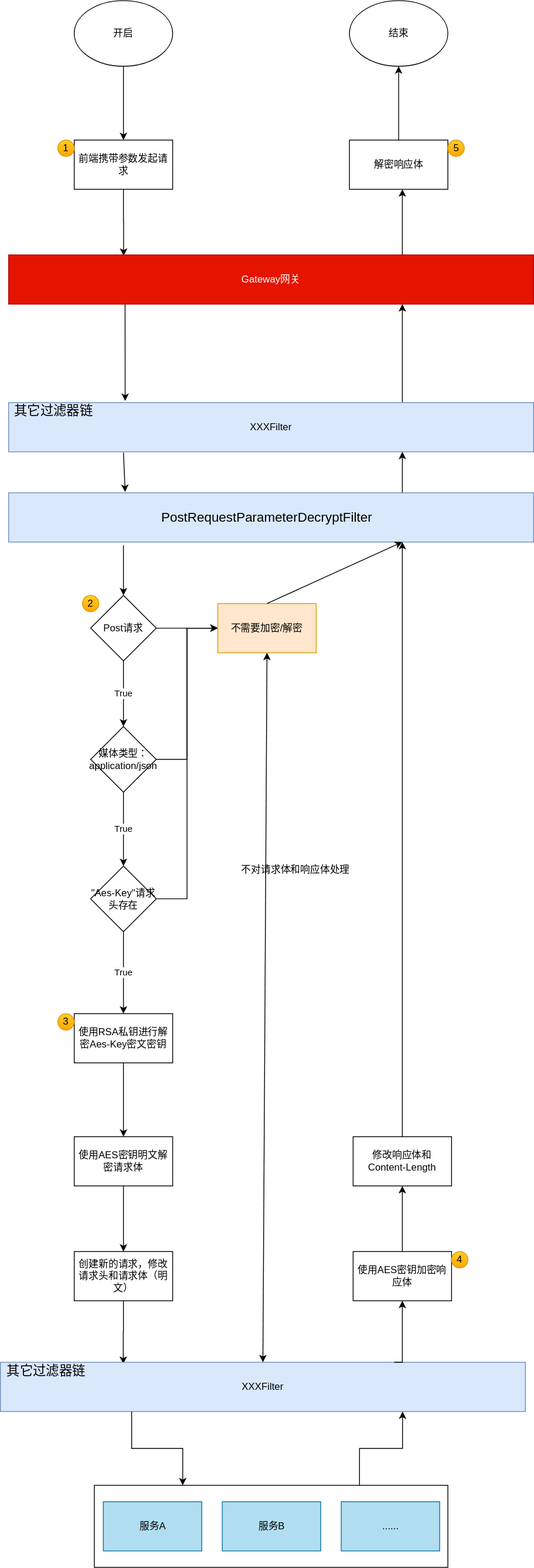
Above: goudong-gateway-server/README.assets/网关自动解密加密.svg in GitHubFeiLong/goudong-java (draw.io), before the change. Source tidied: cells renumbered, new cells last; positions are measured from the earlier drawing's top-left corner, leaving out a move shared by most shapes. Source of this version:
```xml
<mxGraphModel background="#ffffff">
  <root>
    <mxCell id="0" />
    <mxCell id="1" parent="0" />
    <mxCell id="2" style="edgeStyle=orthogonalEdgeStyle;rounded=0;jettySize=auto;html=1;exitX=0.75;exitY=0;exitDx=0;exitDy=0;entryX=0.75;entryY=1;entryDx=0;entryDy=0;fontSize=16;fontColor=#7EA6E0;" parent="1" edge="1" source="3" target="29">
      <mxGeometry relative="1" as="geometry" />
    </mxCell>
    <mxCell id="3" style="rounded=0;whiteSpace=wrap;html=1;fillColor=#dae8fc;strokeColor=#6c8ebf;" parent="1" vertex="1">
      <mxGeometry x="10" y="600" width="640" height="60" as="geometry" />
    </mxCell>
    <mxCell id="4" style="edgeStyle=orthogonalEdgeStyle;rounded=0;jettySize=auto;html=1;" parent="1" edge="1" source="5" target="7">
      <mxGeometry relative="1" as="geometry" />
    </mxCell>
    <mxCell id="5" value="开启" style="ellipse;whiteSpace=wrap;html=1;" parent="1" vertex="1">
      <mxGeometry x="90" width="120" height="80" as="geometry" />
    </mxCell>
    <mxCell id="6" style="edgeStyle=orthogonalEdgeStyle;rounded=0;jettySize=auto;html=1;entryX=0.219;entryY=0.017;entryDx=0;entryDy=0;entryPerimeter=0;" parent="1" edge="1" source="7" target="10">
      <mxGeometry relative="1" as="geometry" />
    </mxCell>
    <mxCell id="7" value="前端携带参数发起请求" style="whiteSpace=wrap;html=1;" parent="1" vertex="1">
      <mxGeometry x="90" y="170" width="120" height="60" as="geometry" />
    </mxCell>
    <mxCell id="8" style="edgeStyle=orthogonalEdgeStyle;rounded=0;jettySize=auto;html=1;entryX=0.222;entryY=-0.033;entryDx=0;entryDy=0;entryPerimeter=0;fontSize=16;fontColor=#7EA6E0;" parent="1" edge="1" source="10" target="29">
      <mxGeometry relative="1" as="geometry">
        <Array as="points">
          <mxPoint x="152" y="380" />
          <mxPoint x="152" y="380" />
        </Array>
      </mxGeometry>
    </mxCell>
    <mxCell id="9" style="edgeStyle=orthogonalEdgeStyle;rounded=0;jettySize=auto;html=1;exitX=0.75;exitY=0;exitDx=0;exitDy=0;fontSize=16;fontColor=#7EA6E0;" parent="1" edge="1" source="10">
      <mxGeometry relative="1" as="geometry">
        <mxPoint x="490" y="230" as="targetPoint" />
      </mxGeometry>
    </mxCell>
    <mxCell id="10" value="Gateway网关" style="whiteSpace=wrap;html=1;fillColor=#e51400;strokeColor=#B20000;fontColor=#ffffff;" parent="1" vertex="1">
      <mxGeometry x="10" y="310" width="640" height="60" as="geometry" />
    </mxCell>
    <mxCell id="11" value="True" style="edgeStyle=orthogonalEdgeStyle;rounded=0;jettySize=auto;html=1;" parent="1" edge="1" source="13" target="15">
      <mxGeometry relative="1" as="geometry" />
    </mxCell>
    <mxCell id="12" style="edgeStyle=orthogonalEdgeStyle;rounded=0;jettySize=auto;html=1;entryX=0;entryY=0.5;entryDx=0;entryDy=0;fontSize=16;fontColor=#000000;" parent="1" edge="1" source="13" target="50">
      <mxGeometry relative="1" as="geometry" />
    </mxCell>
    <mxCell id="13" value="&quot;Aes-Key&quot;请求头存在" style="rhombus;whiteSpace=wrap;html=1;" parent="1" vertex="1">
      <mxGeometry x="110" y="1055" width="80" height="80" as="geometry" />
    </mxCell>
    <mxCell id="14" style="edgeStyle=orthogonalEdgeStyle;rounded=0;jettySize=auto;html=1;" parent="1" edge="1" source="15" target="17">
      <mxGeometry relative="1" as="geometry" />
    </mxCell>
    <mxCell id="15" value="使用RSA私钥进行解密Aes-Key密文密钥" style="whiteSpace=wrap;html=1;" parent="1" vertex="1">
      <mxGeometry x="90" y="1235" width="120" height="60" as="geometry" />
    </mxCell>
    <mxCell id="16" style="edgeStyle=orthogonalEdgeStyle;rounded=0;jettySize=auto;html=1;" parent="1" edge="1" source="17" target="25">
      <mxGeometry relative="1" as="geometry" />
    </mxCell>
    <mxCell id="17" value="使用AES密钥明文解密请求体" style="whiteSpace=wrap;html=1;" parent="1" vertex="1">
      <mxGeometry x="90" y="1385" width="120" height="60" as="geometry" />
    </mxCell>
    <mxCell id="18" value="True" style="edgeStyle=orthogonalEdgeStyle;rounded=0;jettySize=auto;html=1;" parent="1" edge="1" source="20" target="23">
      <mxGeometry relative="1" as="geometry" />
    </mxCell>
    <mxCell id="19" style="edgeStyle=orthogonalEdgeStyle;rounded=0;jettySize=auto;html=1;entryX=0;entryY=0.5;entryDx=0;entryDy=0;fontSize=16;fontColor=#000000;" parent="1" edge="1" source="20" target="50">
      <mxGeometry relative="1" as="geometry" />
    </mxCell>
    <mxCell id="20" value="Post请求" style="rhombus;whiteSpace=wrap;html=1;" parent="1" vertex="1">
      <mxGeometry x="110" y="725" width="80" height="80" as="geometry" />
    </mxCell>
    <mxCell id="21" value="True" style="edgeStyle=orthogonalEdgeStyle;rounded=0;jettySize=auto;html=1;" parent="1" edge="1" source="23" target="13">
      <mxGeometry relative="1" as="geometry" />
    </mxCell>
    <mxCell id="22" style="edgeStyle=orthogonalEdgeStyle;rounded=0;jettySize=auto;html=1;entryX=0;entryY=0.5;entryDx=0;entryDy=0;fontSize=16;fontColor=#000000;" parent="1" edge="1" source="23" target="50">
      <mxGeometry relative="1" as="geometry" />
    </mxCell>
    <mxCell id="23" value="媒体类型：&lt;br&gt;application/json" style="rhombus;whiteSpace=wrap;html=1;" parent="1" vertex="1">
      <mxGeometry x="110" y="885" width="80" height="80" as="geometry" />
    </mxCell>
    <mxCell id="24" style="edgeStyle=orthogonalEdgeStyle;rounded=0;jettySize=auto;html=1;entryX=0.234;entryY=0.033;entryDx=0;entryDy=0;entryPerimeter=0;fontSize=16;fontColor=#7EA6E0;" parent="1" edge="1" source="25" target="38">
      <mxGeometry relative="1" as="geometry" />
    </mxCell>
    <mxCell id="25" value="创建新的请求，修改请求头和请求体（明文）" style="whiteSpace=wrap;html=1;" parent="1" vertex="1">
      <mxGeometry x="90" y="1525" width="120" height="60" as="geometry" />
    </mxCell>
    <mxCell id="26" style="endArrow=classic;html=1;entryX=0.5;entryY=0;entryDx=0;entryDy=0;" parent="1" edge="1" target="20">
      <mxGeometry relative="1" as="geometry">
        <mxPoint x="150" y="664" as="sourcePoint" />
      </mxGeometry>
    </mxCell>
    <mxCell id="27" value="PostRequestParameterDecryptFilter" style="text;html=1;strokeColor=none;fillColor=none;align=center;verticalAlign=middle;whiteSpace=wrap;rounded=0;fontSize=16;" parent="1" vertex="1">
      <mxGeometry x="305" y="620" width="40" height="20" as="geometry" />
    </mxCell>
    <mxCell id="28" style="edgeStyle=orthogonalEdgeStyle;rounded=0;jettySize=auto;html=1;exitX=0.75;exitY=0;exitDx=0;exitDy=0;entryX=0.75;entryY=1;entryDx=0;entryDy=0;fontSize=16;fontColor=#7EA6E0;" parent="1" edge="1" source="29" target="10">
      <mxGeometry relative="1" as="geometry" />
    </mxCell>
    <mxCell id="29" value="&lt;span&gt;XXXFilter&lt;/span&gt;" style="rounded=0;whiteSpace=wrap;html=1;fillColor=#dae8fc;strokeColor=#6c8ebf;" parent="1" vertex="1">
      <mxGeometry x="10" y="490" width="640" height="60" as="geometry" />
    </mxCell>
    <mxCell id="30" value="其它过滤器链" style="text;html=1;strokeColor=none;fillColor=none;align=center;verticalAlign=middle;whiteSpace=wrap;rounded=0;fontSize=16;" parent="1" vertex="1">
      <mxGeometry x="10" y="490" width="110" height="20" as="geometry" />
    </mxCell>
    <mxCell id="31" style="endArrow=classic;html=1;fontSize=16;fontColor=#7EA6E0;entryX=0.222;entryY=-0.017;entryDx=0;entryDy=0;entryPerimeter=0;" parent="1" edge="1" target="3">
      <mxGeometry relative="1" as="geometry">
        <mxPoint x="150" y="551" as="sourcePoint" />
      </mxGeometry>
    </mxCell>
    <mxCell id="32" style="group;" parent="1" vertex="1">
      <mxGeometry x="114.5" y="1810" width="431" height="100" as="geometry" />
    </mxCell>
    <mxCell id="33" style="rounded=0;whiteSpace=wrap;html=1;fillColor=#FFFFFF;fontColor=#FFFFFF;" parent="32" vertex="1">
      <mxGeometry width="431" height="100" as="geometry" />
    </mxCell>
    <mxCell id="34" value="&lt;font color=&quot;#000000&quot;&gt;服务A&lt;/font&gt;" style="rounded=0;whiteSpace=wrap;html=1;fillColor=#b1ddf0;strokeColor=#10739e;" parent="32" vertex="1">
      <mxGeometry x="11" y="20" width="120" height="60" as="geometry" />
    </mxCell>
    <mxCell id="35" value="&lt;font color=&quot;#000000&quot;&gt;服务B&lt;/font&gt;" style="rounded=0;whiteSpace=wrap;html=1;fillColor=#b1ddf0;strokeColor=#10739e;" parent="32" vertex="1">
      <mxGeometry x="156" y="20" width="120" height="60" as="geometry" />
    </mxCell>
    <mxCell id="36" value="&lt;font color=&quot;#000000&quot;&gt;......&lt;/font&gt;" style="rounded=0;whiteSpace=wrap;html=1;fillColor=#b1ddf0;strokeColor=#10739e;" parent="32" vertex="1">
      <mxGeometry x="301" y="20" width="120" height="60" as="geometry" />
    </mxCell>
    <mxCell id="37" style="group;" parent="1" vertex="1">
      <mxGeometry y="1660" width="640" height="60" as="geometry" />
    </mxCell>
    <mxCell id="38" value="XXXFilter" style="rounded=0;whiteSpace=wrap;html=1;fillColor=#dae8fc;strokeColor=#6c8ebf;" parent="37" vertex="1">
      <mxGeometry width="640" height="60" as="geometry" />
    </mxCell>
    <mxCell id="39" value="其它过滤器链" style="text;html=1;strokeColor=none;fillColor=none;align=center;verticalAlign=middle;whiteSpace=wrap;rounded=0;fontSize=16;" parent="37" vertex="1">
      <mxGeometry width="111.7" height="20" as="geometry" />
    </mxCell>
    <mxCell id="40" style="edgeStyle=orthogonalEdgeStyle;rounded=0;jettySize=auto;html=1;exitX=0.25;exitY=1;exitDx=0;exitDy=0;entryX=0.25;entryY=0;entryDx=0;entryDy=0;fontSize=16;fontColor=#7EA6E0;" parent="1" edge="1" source="38" target="33">
      <mxGeometry relative="1" as="geometry" />
    </mxCell>
    <mxCell id="41" style="edgeStyle=orthogonalEdgeStyle;rounded=0;jettySize=auto;html=1;exitX=0.75;exitY=0;exitDx=0;exitDy=0;fontSize=16;fontColor=#7EA6E0;entryX=0.766;entryY=1;entryDx=0;entryDy=0;entryPerimeter=0;" parent="1" edge="1" source="33" target="38">
      <mxGeometry relative="1" as="geometry" />
    </mxCell>
    <mxCell id="42" style="edgeStyle=orthogonalEdgeStyle;rounded=0;jettySize=auto;html=1;fontSize=16;fontColor=#000000;" parent="1" edge="1" source="43" target="49">
      <mxGeometry relative="1" as="geometry" />
    </mxCell>
    <mxCell id="43" value="使用AES密钥加密响应体" style="whiteSpace=wrap;html=1;" parent="1" vertex="1">
      <mxGeometry x="430" y="1525" width="120" height="60" as="geometry" />
    </mxCell>
    <mxCell id="44" style="edgeStyle=orthogonalEdgeStyle;rounded=0;jettySize=auto;html=1;fontSize=16;fontColor=#7EA6E0;" parent="1" edge="1" source="45" target="46">
      <mxGeometry relative="1" as="geometry" />
    </mxCell>
    <mxCell id="45" value="解密响应体" style="whiteSpace=wrap;html=1;" parent="1" vertex="1">
      <mxGeometry x="425.5" y="170" width="120" height="60" as="geometry" />
    </mxCell>
    <mxCell id="46" value="结束" style="ellipse;whiteSpace=wrap;html=1;" parent="1" vertex="1">
      <mxGeometry x="425.5" width="120" height="80" as="geometry" />
    </mxCell>
    <mxCell id="47" style="edgeStyle=orthogonalEdgeStyle;rounded=0;jettySize=auto;html=1;exitX=0.75;exitY=0;exitDx=0;exitDy=0;entryX=0.5;entryY=1;entryDx=0;entryDy=0;fontSize=16;fontColor=#000000;" parent="1" edge="1" source="38" target="43">
      <mxGeometry relative="1" as="geometry">
        <Array as="points">
          <mxPoint x="490" y="1660" />
        </Array>
      </mxGeometry>
    </mxCell>
    <mxCell id="48" style="edgeStyle=orthogonalEdgeStyle;rounded=0;jettySize=auto;html=1;entryX=0.75;entryY=1;entryDx=0;entryDy=0;fontSize=16;fontColor=#000000;" parent="1" edge="1" source="49" target="3">
      <mxGeometry relative="1" as="geometry" />
    </mxCell>
    <mxCell id="49" value="修改响应体和&lt;br&gt;Content-Length" style="whiteSpace=wrap;html=1;" parent="1" vertex="1">
      <mxGeometry x="430" y="1385" width="120" height="60" as="geometry" />
    </mxCell>
    <mxCell id="50" value="不需要加密/解密" style="rounded=0;whiteSpace=wrap;html=1;fillColor=#ffe6cc;strokeColor=#d79b00;" parent="1" vertex="1">
      <mxGeometry x="265" y="735" width="120" height="60" as="geometry" />
    </mxCell>
    <mxCell id="51" style="endArrow=classic;startArrow=classic;html=1;fontSize=16;fontColor=#000000;exitX=0.5;exitY=1;exitDx=0;exitDy=0;entryX=0.5;entryY=0;entryDx=0;entryDy=0;" parent="1" edge="1" source="50" target="38">
      <mxGeometry relative="1" as="geometry" />
    </mxCell>
    <mxCell id="52" style="endArrow=classic;html=1;fontSize=16;fontColor=#000000;entryX=0.75;entryY=1;entryDx=0;entryDy=0;exitX=0.5;exitY=0;exitDx=0;exitDy=0;" parent="1" edge="1" source="50" target="3">
      <mxGeometry relative="1" as="geometry" />
    </mxCell>
    <mxCell id="53" value="不对请求体和响应体处理" style="text;html=1;strokeColor=none;fillColor=none;align=center;verticalAlign=middle;whiteSpace=wrap;rounded=0;fontColor=#000000;" parent="1" vertex="1">
      <mxGeometry x="290" y="1050" width="140" height="20" as="geometry" />
    </mxCell>
    <mxCell id="54" value="1" style="ellipse;whiteSpace=wrap;html=1;rounded=0;gradientColor=#ffa500;fillColor=#ffcd28;strokeColor=#d79b00;" parent="1" vertex="1">
      <mxGeometry x="70" y="170" width="20" height="20" as="geometry" />
    </mxCell>
    <mxCell id="55" value="2" style="ellipse;whiteSpace=wrap;html=1;rounded=0;gradientColor=#ffa500;fillColor=#ffcd28;strokeColor=#d79b00;" parent="1" vertex="1">
      <mxGeometry x="100" y="725" width="20" height="20" as="geometry" />
    </mxCell>
    <mxCell id="56" value="3" style="ellipse;whiteSpace=wrap;html=1;rounded=0;gradientColor=#ffa500;fillColor=#ffcd28;strokeColor=#d79b00;" parent="1" vertex="1">
      <mxGeometry x="70" y="1235" width="20" height="20" as="geometry" />
    </mxCell>
    <mxCell id="57" value="4" style="ellipse;whiteSpace=wrap;html=1;rounded=0;gradientColor=#ffa500;fillColor=#ffcd28;strokeColor=#d79b00;" parent="1" vertex="1">
      <mxGeometry x="550" y="1525" width="20" height="20" as="geometry" />
    </mxCell>
    <mxCell id="58" value="5" style="ellipse;whiteSpace=wrap;html=1;rounded=0;gradientColor=#ffa500;fillColor=#ffcd28;strokeColor=#d79b00;" parent="1" vertex="1">
      <mxGeometry x="545.5" y="170" width="20" height="20" as="geometry" />
    </mxCell>
  </root>
</mxGraphModel>
```
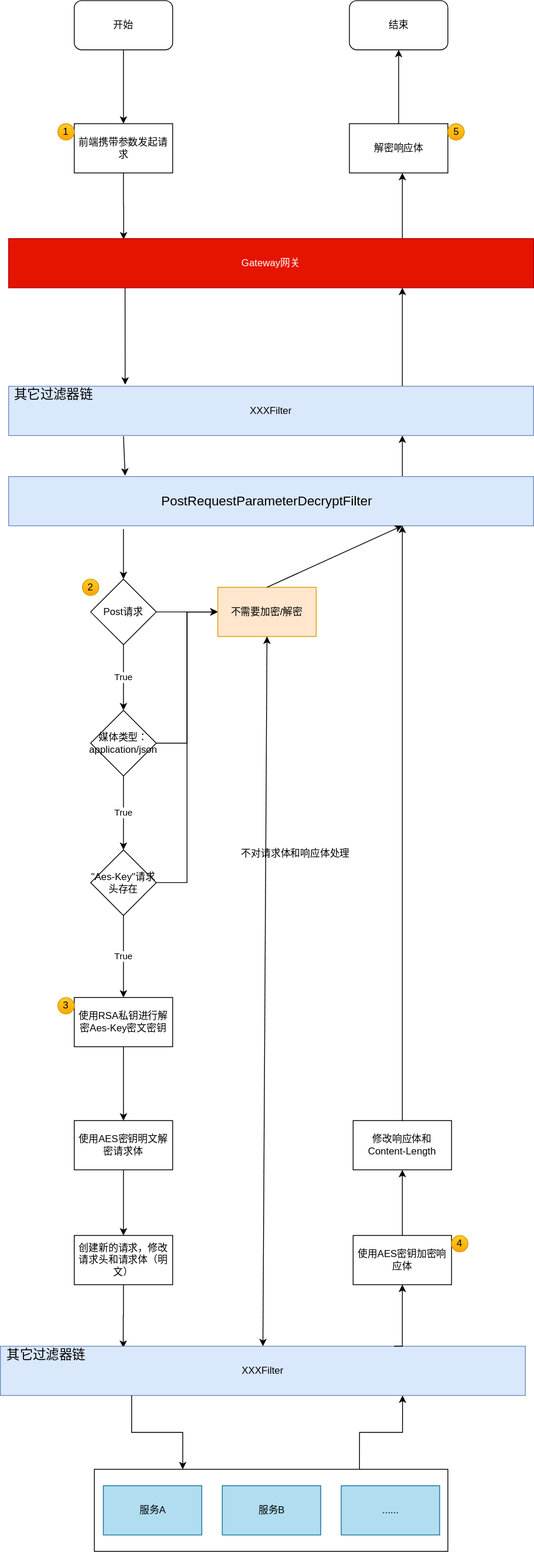
Later version of the same file.

Change to the diagram source:
```diff
@@ -8,12 +8,11 @@
     <mxCell id="3" style="rounded=0;whiteSpace=wrap;html=1;fillColor=#dae8fc;strokeColor=#6c8ebf;" parent="1" vertex="1">
       <mxGeometry x="10" y="600" width="640" height="60" as="geometry" />
     </mxCell>
-    <mxCell id="4" style="edgeStyle=orthogonalEdgeStyle;rounded=0;jettySize=auto;html=1;" parent="1" edge="1" source="5" target="7">
-      <mxGeometry relative="1" as="geometry" />
+    <mxCell id="4" style="edgeStyle=orthogonalEdgeStyle;rounded=0;jettySize=auto;html=1;" parent="1" edge="1" target="7">
+      <mxGeometry relative="1" as="geometry">
+        <mxPoint x="150" y="80" as="sourcePoint" />
+      </mxGeometry>
     </mxCell>
-    <mxCell id="5" value="开启" style="ellipse;whiteSpace=wrap;html=1;" parent="1" vertex="1">
-      <mxGeometry x="90" width="120" height="80" as="geometry" />
-    </mxCell>
     <mxCell id="6" style="edgeStyle=orthogonalEdgeStyle;rounded=0;jettySize=auto;html=1;entryX=0.219;entryY=0.017;entryDx=0;entryDy=0;entryPerimeter=0;" parent="1" edge="1" source="7" target="10">
       <mxGeometry relative="1" as="geometry" />
     </mxCell>
@@ -139,15 +138,14 @@
     <mxCell id="43" value="使用AES密钥加密响应体" style="whiteSpace=wrap;html=1;" parent="1" vertex="1">
       <mxGeometry x="430" y="1525" width="120" height="60" as="geometry" />
     </mxCell>
-    <mxCell id="44" style="edgeStyle=orthogonalEdgeStyle;rounded=0;jettySize=auto;html=1;fontSize=16;fontColor=#7EA6E0;" parent="1" edge="1" source="45" target="46">
-      <mxGeometry relative="1" as="geometry" />
+    <mxCell id="44" style="edgeStyle=orthogonalEdgeStyle;rounded=0;jettySize=auto;html=1;fontSize=16;fontColor=#7EA6E0;" parent="1" edge="1" source="45">
+      <mxGeometry relative="1" as="geometry">
+        <mxPoint x="485.5" y="80" as="targetPoint" />
+      </mxGeometry>
     </mxCell>
     <mxCell id="45" value="解密响应体" style="whiteSpace=wrap;html=1;" parent="1" vertex="1">
       <mxGeometry x="425.5" y="170" width="120" height="60" as="geometry" />
     </mxCell>
-    <mxCell id="46" value="结束" style="ellipse;whiteSpace=wrap;html=1;" parent="1" vertex="1">
-      <mxGeometry x="425.5" width="120" height="80" as="geometry" />
-    </mxCell>
     <mxCell id="47" style="edgeStyle=orthogonalEdgeStyle;rounded=0;jettySize=auto;html=1;exitX=0.75;exitY=0;exitDx=0;exitDy=0;entryX=0.5;entryY=1;entryDx=0;entryDy=0;fontSize=16;fontColor=#000000;" parent="1" edge="1" source="38" target="43">
       <mxGeometry relative="1" as="geometry">
         <Array as="points">
@@ -188,5 +186,11 @@
     <mxCell id="58" value="5" style="ellipse;whiteSpace=wrap;html=1;rounded=0;gradientColor=#ffa500;fillColor=#ffcd28;strokeColor=#d79b00;" parent="1" vertex="1">
       <mxGeometry x="545.5" y="170" width="20" height="20" as="geometry" />
     </mxCell>
+    <mxCell id="59" value="开始" style="rounded=1;whiteSpace=wrap;html=1;" parent="1" vertex="1">
+      <mxGeometry x="90" y="20" width="120" height="60" as="geometry" />
+    </mxCell>
+    <mxCell id="46" value="结束" style="rounded=1;whiteSpace=wrap;html=1;" parent="1" vertex="1">
+      <mxGeometry x="425.5" y="20" width="120" height="60" as="geometry" />
+    </mxCell>
   </root>
 </mxGraphModel>
```
